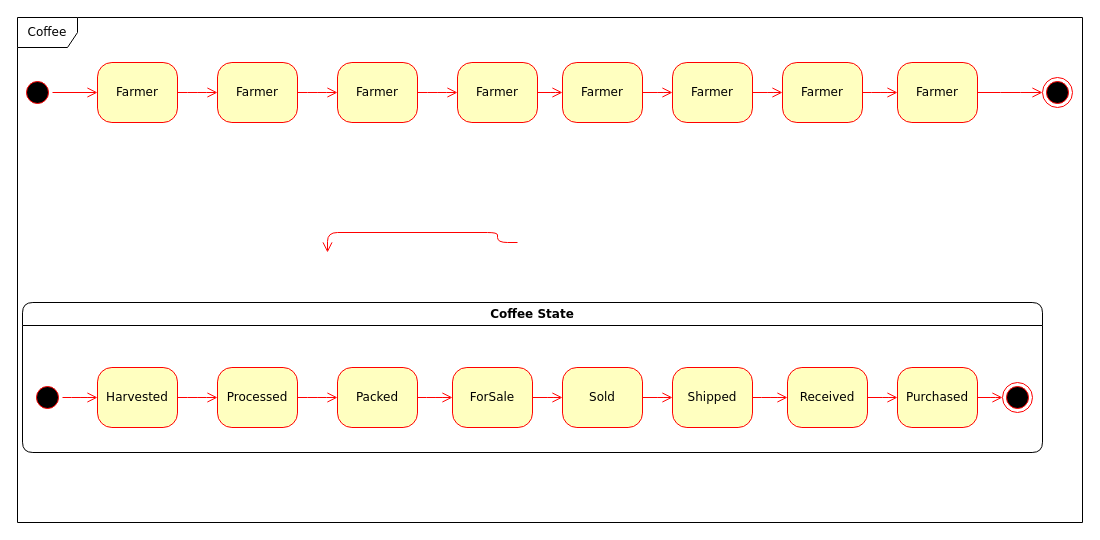
The draw.io diagram uml/coffee-state.drawio in sevehooker/blockchain-coffee, before the edit. Source tidied: cells renumbered, new cells numbered last; positions are measured from the earlier drawing's top-left corner, leaving out a move shared by most shapes. Both pictures are drawn from the tidied source at 100%, with x=0, y=0 at pixel (17, 17).
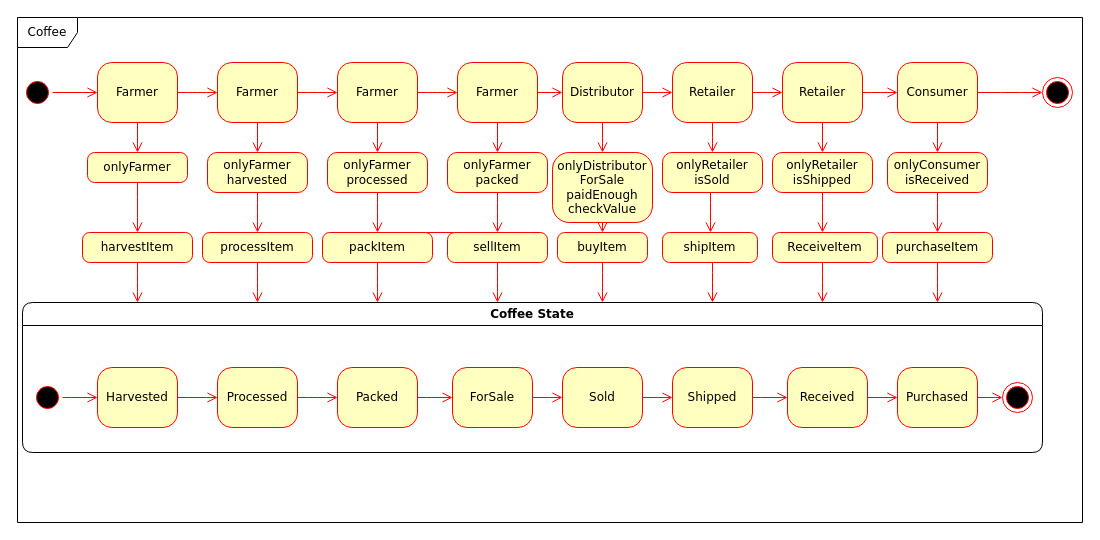
The same page after the edit.

The change refers to these unchanged cells:
```xml
<mxCell id="5" value="Farmer" style="rounded=1;whiteSpace=wrap;html=1;arcSize=24;fillColor=#ffffc0;strokeColor=#ff0000;shadow=0;comic=0;labelBackgroundColor=none;fontFamily=Verdana;fontSize=12;fontColor=#000000;align=center;" parent="1" vertex="1">
  <mxGeometry x="80" y="45" width="80" height="60" as="geometry" />
</mxCell>
```

Change to the diagram source:
```diff
@@
+    <mxCell id="48" style="edgeStyle=elbowEdgeStyle;rounded=1;jettySize=auto;html=1;labelBackgroundColor=none;fontFamily=Verdana;fontSize=12;startArrow=none;startFill=0;endArrow=open;endFill=0;startSize=6;endSize=8;strokeColor=#FF0000;" parent="1" edge="1" source="5" target="50">
+      <mxGeometry relative="1" as="geometry" />
+    </mxCell>
@@
-    <mxCell id="40" value="Farmer" style="rounded=1;whiteSpace=wrap;html=1;arcSize=24;fillColor=#ffffc0;strokeColor=#ff0000;shadow=0;comic=0;labelBackgroundColor=none;fontFamily=Verdana;fontSize=12;fontColor=#000000;align=center;" parent="1" vertex="1">
+    <mxCell id="40" value="Distributor" style="rounded=1;whiteSpace=wrap;html=1;arcSize=24;fillColor=#ffffc0;strokeColor=#ff0000;shadow=0;comic=0;labelBackgroundColor=none;fontFamily=Verdana;fontSize=12;fontColor=#000000;align=center;" parent="1" vertex="1">
       <mxGeometry x="545" y="45" width="80" height="60" as="geometry" />
     </mxCell>
@@
-    <mxCell id="42" value="Farmer" style="rounded=1;whiteSpace=wrap;html=1;arcSize=24;fillColor=#ffffc0;strokeColor=#ff0000;shadow=0;comic=0;labelBackgroundColor=none;fontFamily=Verdana;fontSize=12;fontColor=#000000;align=center;" parent="1" vertex="1">
+    <mxCell id="42" value="Retailer" style="rounded=1;whiteSpace=wrap;html=1;arcSize=24;fillColor=#ffffc0;strokeColor=#ff0000;shadow=0;comic=0;labelBackgroundColor=none;fontFamily=Verdana;fontSize=12;fontColor=#000000;align=center;" parent="1" vertex="1">
       <mxGeometry x="655" y="45" width="80" height="60" as="geometry" />
     </mxCell>
@@
-    <mxCell id="44" value="Farmer" style="rounded=1;whiteSpace=wrap;html=1;arcSize=24;fillColor=#ffffc0;strokeColor=#ff0000;shadow=0;comic=0;labelBackgroundColor=none;fontFamily=Verdana;fontSize=12;fontColor=#000000;align=center;" parent="1" vertex="1">
+    <mxCell id="44" value="Retailer" style="rounded=1;whiteSpace=wrap;html=1;arcSize=24;fillColor=#ffffc0;strokeColor=#ff0000;shadow=0;comic=0;labelBackgroundColor=none;fontFamily=Verdana;fontSize=12;fontColor=#000000;align=center;" parent="1" vertex="1">
       <mxGeometry x="765" y="45" width="80" height="60" as="geometry" />
     </mxCell>
@@
-    <mxCell id="46" value="Farmer" style="rounded=1;whiteSpace=wrap;html=1;arcSize=24;fillColor=#ffffc0;strokeColor=#ff0000;shadow=0;comic=0;labelBackgroundColor=none;fontFamily=Verdana;fontSize=12;fontColor=#000000;align=center;" parent="1" vertex="1">
+    <mxCell id="46" value="Consumer" style="rounded=1;whiteSpace=wrap;html=1;arcSize=24;fillColor=#ffffc0;strokeColor=#ff0000;shadow=0;comic=0;labelBackgroundColor=none;fontFamily=Verdana;fontSize=12;fontColor=#000000;align=center;" parent="1" vertex="1">
       <mxGeometry x="880" y="45" width="80" height="60" as="geometry" />
     </mxCell>
@@
+    <mxCell id="49" style="edgeStyle=elbowEdgeStyle;rounded=1;jettySize=auto;html=1;labelBackgroundColor=none;fontFamily=Verdana;fontSize=12;startArrow=none;startFill=0;endArrow=open;endFill=0;startSize=6;endSize=8;strokeColor=#FF0000;" parent="1" edge="1" source="50" target="52">
+      <mxGeometry relative="1" as="geometry" />
+    </mxCell>
+    <mxCell id="50" value="onlyFarmer" style="whiteSpace=wrap;html=1;fontFamily=Verdana;fillColor=#ffffc0;strokeColor=#ff0000;fontColor=#000000;rounded=1;arcSize=24;shadow=0;comic=0;labelBackgroundColor=none;" parent="1" vertex="1">
+      <mxGeometry x="70" y="135" width="100" height="30" as="geometry" />
+    </mxCell>
+    <mxCell id="51" style="edgeStyle=elbowEdgeStyle;rounded=1;jettySize=auto;html=1;labelBackgroundColor=none;fontFamily=Verdana;fontSize=12;startArrow=none;startFill=0;endArrow=open;endFill=0;startSize=6;endSize=8;strokeColor=#FF0000;" parent="1" edge="1" source="52">
+      <mxGeometry relative="1" as="geometry">
+        <mxPoint x="120" y="285" as="targetPoint" />
+      </mxGeometry>
+    </mxCell>
+    <mxCell id="52" value="harvestItem" style="whiteSpace=wrap;html=1;fontFamily=Verdana;fillColor=#ffffc0;strokeColor=#ff0000;fontColor=#000000;rounded=1;arcSize=24;shadow=0;comic=0;labelBackgroundColor=none;" parent="1" vertex="1">
+      <mxGeometry x="65" y="215" width="110" height="30" as="geometry" />
+    </mxCell>
+    <mxCell id="53" style="edgeStyle=elbowEdgeStyle;rounded=1;jettySize=auto;html=1;labelBackgroundColor=none;fontFamily=Verdana;fontSize=12;startArrow=none;startFill=0;endArrow=open;endFill=0;startSize=6;endSize=8;strokeColor=#FF0000;" parent="1" edge="1" target="54">
+      <mxGeometry relative="1" as="geometry">
+        <mxPoint x="240" y="105" as="sourcePoint" />
+      </mxGeometry>
+    </mxCell>
+    <mxCell id="54" value="&lt;div&gt;onlyFarmer&lt;/div&gt;&lt;div&gt;harvested&lt;br&gt;&lt;/div&gt;" style="whiteSpace=wrap;html=1;fontFamily=Verdana;fillColor=#ffffc0;strokeColor=#ff0000;fontColor=#000000;rounded=1;arcSize=24;shadow=0;comic=0;labelBackgroundColor=none;" parent="1" vertex="1">
+      <mxGeometry x="190" y="135" width="100" height="40" as="geometry" />
+    </mxCell>
+    <mxCell id="55" style="edgeStyle=elbowEdgeStyle;rounded=1;jettySize=auto;html=1;labelBackgroundColor=none;fontFamily=Verdana;fontSize=12;startArrow=none;startFill=0;endArrow=open;endFill=0;startSize=6;endSize=8;strokeColor=#FF0000;" parent="1" edge="1" source="54" target="56">
+      <mxGeometry relative="1" as="geometry" />
+    </mxCell>
+    <mxCell id="56" value="processItem" style="whiteSpace=wrap;html=1;fontFamily=Verdana;fillColor=#ffffc0;strokeColor=#ff0000;fontColor=#000000;rounded=1;arcSize=24;shadow=0;comic=0;labelBackgroundColor=none;" parent="1" vertex="1">
+      <mxGeometry x="185" y="215" width="110" height="30" as="geometry" />
+    </mxCell>
+    <mxCell id="57" style="edgeStyle=elbowEdgeStyle;rounded=1;jettySize=auto;html=1;labelBackgroundColor=none;fontFamily=Verdana;fontSize=12;startArrow=none;startFill=0;endArrow=open;endFill=0;startSize=6;endSize=8;strokeColor=#FF0000;" parent="1" edge="1" source="56">
+      <mxGeometry relative="1" as="geometry">
+        <mxPoint x="240" y="285" as="targetPoint" />
+      </mxGeometry>
+    </mxCell>
+    <mxCell id="58" style="edgeStyle=elbowEdgeStyle;rounded=1;jettySize=auto;html=1;labelBackgroundColor=none;fontFamily=Verdana;fontSize=12;startArrow=none;startFill=0;endArrow=open;endFill=0;startSize=6;endSize=8;strokeColor=#FF0000;" parent="1" edge="1" target="59">
+      <mxGeometry relative="1" as="geometry">
+        <mxPoint x="360" y="105" as="sourcePoint" />
+      </mxGeometry>
+    </mxCell>
+    <mxCell id="59" value="&lt;div&gt;onlyFarmer&lt;/div&gt;&lt;div&gt;processed&lt;br&gt;&lt;/div&gt;" style="whiteSpace=wrap;html=1;fontFamily=Verdana;fillColor=#ffffc0;strokeColor=#ff0000;fontColor=#000000;rounded=1;arcSize=24;shadow=0;comic=0;labelBackgroundColor=none;" parent="1" vertex="1">
+      <mxGeometry x="310" y="135" width="100" height="40" as="geometry" />
+    </mxCell>
+    <mxCell id="60" style="edgeStyle=elbowEdgeStyle;rounded=1;jettySize=auto;html=1;labelBackgroundColor=none;fontFamily=Verdana;fontSize=12;startArrow=none;startFill=0;endArrow=open;endFill=0;startSize=6;endSize=8;strokeColor=#FF0000;" parent="1" edge="1" source="59" target="61">
+      <mxGeometry relative="1" as="geometry" />
+    </mxCell>
+    <mxCell id="61" value="packItem" style="whiteSpace=wrap;html=1;fontFamily=Verdana;fillColor=#ffffc0;strokeColor=#ff0000;fontColor=#000000;rounded=1;arcSize=24;shadow=0;comic=0;labelBackgroundColor=none;" parent="1" vertex="1">
+      <mxGeometry x="305" y="215" width="110" height="30" as="geometry" />
+    </mxCell>
+    <mxCell id="62" style="edgeStyle=elbowEdgeStyle;rounded=1;jettySize=auto;html=1;labelBackgroundColor=none;fontFamily=Verdana;fontSize=12;startArrow=none;startFill=0;endArrow=open;endFill=0;startSize=6;endSize=8;strokeColor=#FF0000;" parent="1" edge="1" source="61">
+      <mxGeometry relative="1" as="geometry">
+        <mxPoint x="360" y="285" as="targetPoint" />
+      </mxGeometry>
+    </mxCell>
+    <mxCell id="63" style="edgeStyle=elbowEdgeStyle;rounded=1;jettySize=auto;html=1;labelBackgroundColor=none;fontFamily=Verdana;fontSize=12;startArrow=none;startFill=0;endArrow=open;endFill=0;startSize=6;endSize=8;strokeColor=#FF0000;" parent="1" edge="1" target="64">
+      <mxGeometry relative="1" as="geometry">
+        <mxPoint x="480" y="105" as="sourcePoint" />
+      </mxGeometry>
+    </mxCell>
+    <mxCell id="64" value="&lt;div&gt;onlyFarmer&lt;/div&gt;packed" style="whiteSpace=wrap;html=1;fontFamily=Verdana;fillColor=#ffffc0;strokeColor=#ff0000;fontColor=#000000;rounded=1;arcSize=24;shadow=0;comic=0;labelBackgroundColor=none;" parent="1" vertex="1">
+      <mxGeometry x="430" y="135" width="100" height="40" as="geometry" />
+    </mxCell>
+    <mxCell id="65" style="edgeStyle=elbowEdgeStyle;rounded=1;jettySize=auto;html=1;labelBackgroundColor=none;fontFamily=Verdana;fontSize=12;startArrow=none;startFill=0;endArrow=open;endFill=0;startSize=6;endSize=8;strokeColor=#FF0000;" parent="1" edge="1" source="64" target="66">
+      <mxGeometry relative="1" as="geometry" />
+    </mxCell>
+    <mxCell id="66" value="sellItem" style="whiteSpace=wrap;html=1;fontFamily=Verdana;fillColor=#ffffc0;strokeColor=#ff0000;fontColor=#000000;rounded=1;arcSize=24;shadow=0;comic=0;labelBackgroundColor=none;" parent="1" vertex="1">
+      <mxGeometry x="430" y="215" width="100" height="30" as="geometry" />
+    </mxCell>
+    <mxCell id="67" style="edgeStyle=elbowEdgeStyle;rounded=1;jettySize=auto;html=1;labelBackgroundColor=none;fontFamily=Verdana;fontSize=12;startArrow=none;startFill=0;endArrow=open;endFill=0;startSize=6;endSize=8;strokeColor=#FF0000;" parent="1" edge="1" source="66">
+      <mxGeometry relative="1" as="geometry">
+        <mxPoint x="480" y="285" as="targetPoint" />
+      </mxGeometry>
+    </mxCell>
+    <mxCell id="68" style="edgeStyle=elbowEdgeStyle;rounded=1;jettySize=auto;html=1;labelBackgroundColor=none;fontFamily=Verdana;fontSize=12;startArrow=none;startFill=0;endArrow=open;endFill=0;startSize=6;endSize=8;strokeColor=#FF0000;" parent="1" edge="1" target="69">
+      <mxGeometry relative="1" as="geometry">
+        <mxPoint x="585" y="105" as="sourcePoint" />
+      </mxGeometry>
+    </mxCell>
+    <mxCell id="69" value="&lt;div&gt;onlyDistributor&lt;/div&gt;&lt;div&gt;ForSale&lt;/div&gt;&lt;div&gt;paidEnough&lt;/div&gt;&lt;div&gt;checkValue&lt;br&gt;&lt;/div&gt;" style="whiteSpace=wrap;html=1;fontFamily=Verdana;fillColor=#ffffc0;strokeColor=#ff0000;fontColor=#000000;rounded=1;arcSize=24;shadow=0;comic=0;labelBackgroundColor=none;" parent="1" vertex="1">
+      <mxGeometry x="535" y="135" width="100" height="70" as="geometry" />
+    </mxCell>
+    <mxCell id="70" style="edgeStyle=elbowEdgeStyle;rounded=1;jettySize=auto;html=1;labelBackgroundColor=none;fontFamily=Verdana;fontSize=12;startArrow=none;startFill=0;endArrow=open;endFill=0;startSize=6;endSize=8;strokeColor=#FF0000;" parent="1" edge="1" source="69" target="71">
+      <mxGeometry relative="1" as="geometry" />
+    </mxCell>
+    <mxCell id="71" value="buyItem" style="whiteSpace=wrap;html=1;fontFamily=Verdana;fillColor=#ffffc0;strokeColor=#ff0000;fontColor=#000000;rounded=1;arcSize=24;shadow=0;comic=0;labelBackgroundColor=none;" parent="1" vertex="1">
+      <mxGeometry x="540" y="215" width="90" height="30" as="geometry" />
+    </mxCell>
+    <mxCell id="72" style="edgeStyle=elbowEdgeStyle;rounded=1;jettySize=auto;html=1;labelBackgroundColor=none;fontFamily=Verdana;fontSize=12;startArrow=none;startFill=0;endArrow=open;endFill=0;startSize=6;endSize=8;strokeColor=#FF0000;" parent="1" edge="1" source="71">
+      <mxGeometry relative="1" as="geometry">
+        <mxPoint x="585" y="285" as="targetPoint" />
+      </mxGeometry>
+    </mxCell>
+    <mxCell id="73" style="edgeStyle=elbowEdgeStyle;rounded=1;jettySize=auto;html=1;labelBackgroundColor=none;fontFamily=Verdana;fontSize=12;startArrow=none;startFill=0;endArrow=open;endFill=0;startSize=6;endSize=8;strokeColor=#FF0000;" parent="1" edge="1" target="74">
+      <mxGeometry relative="1" as="geometry">
+        <mxPoint x="695" y="105" as="sourcePoint" />
+      </mxGeometry>
+    </mxCell>
+    <mxCell id="74" value="&lt;div&gt;onlyRetailer&lt;/div&gt;&lt;div&gt;isSold&lt;/div&gt;" style="whiteSpace=wrap;html=1;fontFamily=Verdana;fillColor=#ffffc0;strokeColor=#ff0000;fontColor=#000000;rounded=1;arcSize=24;shadow=0;comic=0;labelBackgroundColor=none;" parent="1" vertex="1">
+      <mxGeometry x="645" y="135" width="100" height="40" as="geometry" />
+    </mxCell>
+    <mxCell id="75" style="edgeStyle=elbowEdgeStyle;rounded=1;jettySize=auto;html=1;labelBackgroundColor=none;fontFamily=Verdana;fontSize=12;startArrow=none;startFill=0;endArrow=open;endFill=0;startSize=6;endSize=8;strokeColor=#FF0000;" parent="1" edge="1" source="74" target="76">
+      <mxGeometry relative="1" as="geometry">
+        <Array as="points">
+          <mxPoint x="693" y="195" />
+        </Array>
+      </mxGeometry>
+    </mxCell>
+    <mxCell id="76" value="shipItem" style="whiteSpace=wrap;html=1;fontFamily=Verdana;fillColor=#ffffc0;strokeColor=#ff0000;fontColor=#000000;rounded=1;arcSize=24;shadow=0;comic=0;labelBackgroundColor=none;" parent="1" vertex="1">
+      <mxGeometry x="645" y="215" width="95" height="30" as="geometry" />
+    </mxCell>
+    <mxCell id="77" style="edgeStyle=elbowEdgeStyle;rounded=1;jettySize=auto;html=1;labelBackgroundColor=none;fontFamily=Verdana;fontSize=12;startArrow=none;startFill=0;endArrow=open;endFill=0;startSize=6;endSize=8;strokeColor=#FF0000;" parent="1" edge="1" source="76">
+      <mxGeometry relative="1" as="geometry">
+        <mxPoint x="695" y="285" as="targetPoint" />
+        <Array as="points">
+          <mxPoint x="695" y="265" />
+        </Array>
+      </mxGeometry>
+    </mxCell>
+    <mxCell id="78" style="edgeStyle=elbowEdgeStyle;rounded=1;jettySize=auto;html=1;labelBackgroundColor=none;fontFamily=Verdana;fontSize=12;startArrow=none;startFill=0;endArrow=open;endFill=0;startSize=6;endSize=8;strokeColor=#FF0000;" parent="1" edge="1" target="79">
+      <mxGeometry relative="1" as="geometry">
+        <mxPoint x="805" y="105" as="sourcePoint" />
+      </mxGeometry>
+    </mxCell>
+    <mxCell id="79" value="&lt;div&gt;onlyRetailer&lt;/div&gt;&lt;div&gt;isShipped&lt;br&gt;&lt;/div&gt;" style="whiteSpace=wrap;html=1;fontFamily=Verdana;fillColor=#ffffc0;strokeColor=#ff0000;fontColor=#000000;rounded=1;arcSize=24;shadow=0;comic=0;labelBackgroundColor=none;" parent="1" vertex="1">
+      <mxGeometry x="755" y="135" width="100" height="40" as="geometry" />
+    </mxCell>
+    <mxCell id="80" style="edgeStyle=elbowEdgeStyle;rounded=1;jettySize=auto;html=1;labelBackgroundColor=none;fontFamily=Verdana;fontSize=12;startArrow=none;startFill=0;endArrow=open;endFill=0;startSize=6;endSize=8;strokeColor=#FF0000;" parent="1" edge="1" source="79" target="81">
+      <mxGeometry relative="1" as="geometry" />
+    </mxCell>
+    <mxCell id="81" value="ReceiveItem" style="whiteSpace=wrap;html=1;fontFamily=Verdana;fillColor=#ffffc0;strokeColor=#ff0000;fontColor=#000000;rounded=1;arcSize=24;shadow=0;comic=0;labelBackgroundColor=none;" parent="1" vertex="1">
+      <mxGeometry x="755" y="215" width="105" height="30" as="geometry" />
+    </mxCell>
+    <mxCell id="82" style="edgeStyle=elbowEdgeStyle;rounded=1;jettySize=auto;html=1;labelBackgroundColor=none;fontFamily=Verdana;fontSize=12;startArrow=none;startFill=0;endArrow=open;endFill=0;startSize=6;endSize=8;strokeColor=#FF0000;" parent="1" edge="1" source="81">
+      <mxGeometry relative="1" as="geometry">
+        <mxPoint x="805" y="285" as="targetPoint" />
+      </mxGeometry>
+    </mxCell>
+    <mxCell id="83" style="edgeStyle=elbowEdgeStyle;rounded=1;jettySize=auto;html=1;labelBackgroundColor=none;fontFamily=Verdana;fontSize=12;startArrow=none;startFill=0;endArrow=open;endFill=0;startSize=6;endSize=8;strokeColor=#FF0000;" parent="1" edge="1" target="84">
+      <mxGeometry relative="1" as="geometry">
+        <mxPoint x="920" y="105" as="sourcePoint" />
+      </mxGeometry>
+    </mxCell>
+    <mxCell id="84" value="&lt;div&gt;onlyConsumer&lt;/div&gt;&lt;div&gt;isReceived&lt;br&gt;&lt;/div&gt;" style="whiteSpace=wrap;html=1;fontFamily=Verdana;fillColor=#ffffc0;strokeColor=#ff0000;fontColor=#000000;rounded=1;arcSize=24;shadow=0;comic=0;labelBackgroundColor=none;" parent="1" vertex="1">
+      <mxGeometry x="870" y="135" width="100" height="40" as="geometry" />
+    </mxCell>
+    <mxCell id="85" style="edgeStyle=elbowEdgeStyle;rounded=1;jettySize=auto;html=1;labelBackgroundColor=none;fontFamily=Verdana;fontSize=12;startArrow=none;startFill=0;endArrow=open;endFill=0;startSize=6;endSize=8;strokeColor=#FF0000;" parent="1" edge="1" source="84" target="86">
+      <mxGeometry relative="1" as="geometry" />
+    </mxCell>
+    <mxCell id="86" value="purchaseItem" style="whiteSpace=wrap;html=1;fontFamily=Verdana;fillColor=#ffffc0;strokeColor=#ff0000;fontColor=#000000;rounded=1;arcSize=24;shadow=0;comic=0;labelBackgroundColor=none;" parent="1" vertex="1">
+      <mxGeometry x="865" y="215" width="110" height="30" as="geometry" />
+    </mxCell>
+    <mxCell id="87" style="edgeStyle=elbowEdgeStyle;rounded=1;jettySize=auto;html=1;labelBackgroundColor=none;fontFamily=Verdana;fontSize=12;startArrow=none;startFill=0;endArrow=open;endFill=0;startSize=6;endSize=8;strokeColor=#FF0000;" parent="1" edge="1" source="86">
+      <mxGeometry relative="1" as="geometry">
+        <mxPoint x="920" y="285" as="targetPoint" />
+      </mxGeometry>
+    </mxCell>
```
